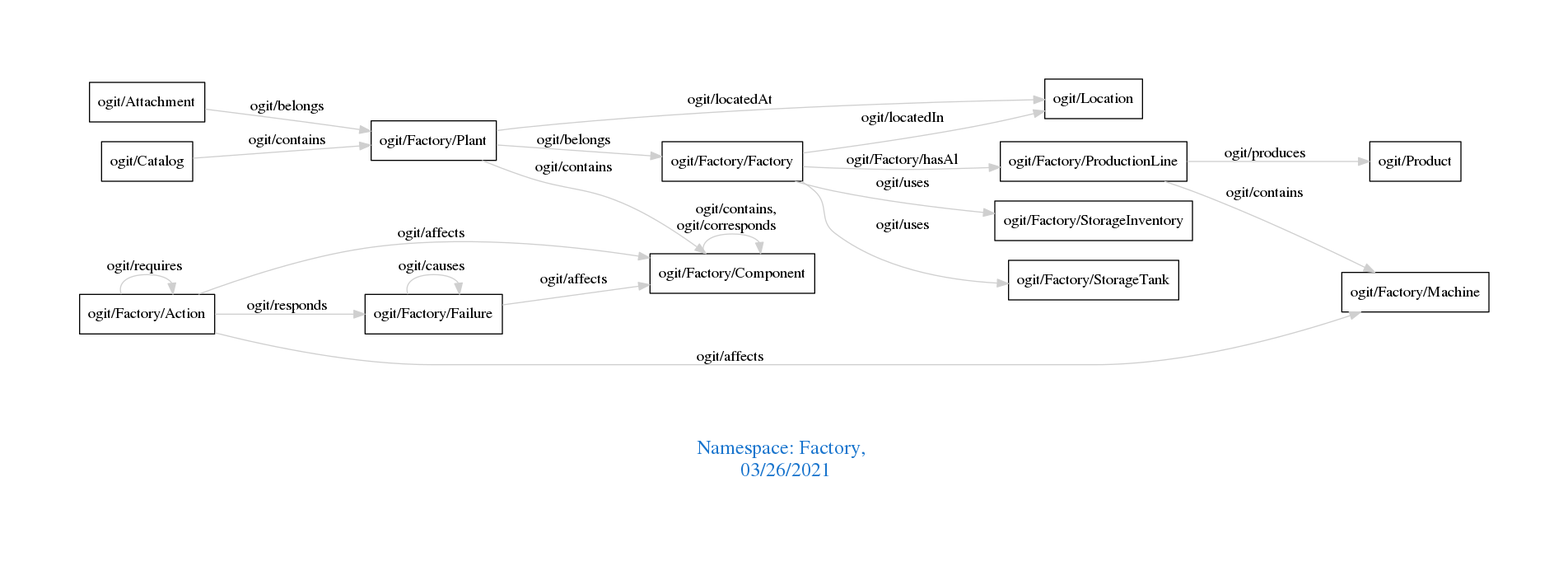
This is downloads/Factory.png from arago/OGIT, a Graphviz export, as it was before one commit. Its source is kept beside it as downloads/Factory.dot.
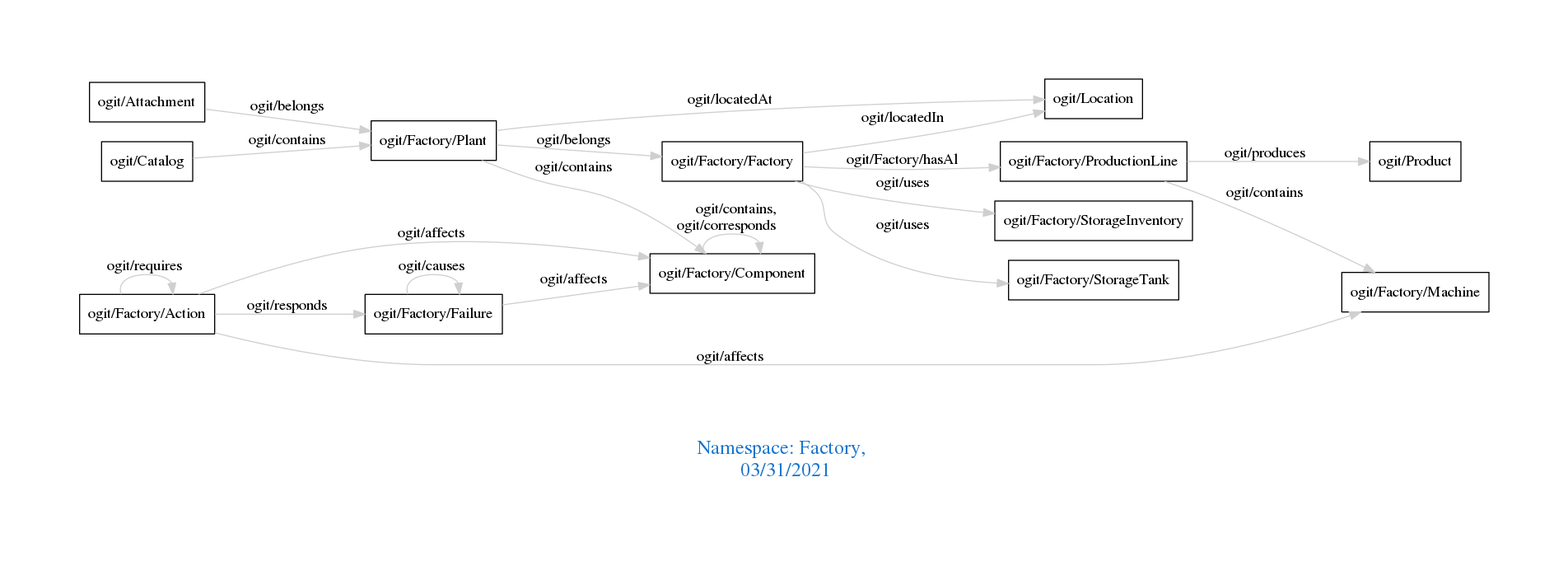
Later version of the same file.

Diff of the diagram source:
```diff
@@ -1,7 +1,7 @@
 digraph OGIT_ontology {
  graph [ rankdir= LR,pad=1
 fontsize = 18,
-fontcolor= dodgerblue3,label = "\n\n\nNamespace: Factory, \n 03/26/2021"];
+fontcolor= dodgerblue3,label = "\n\n\nNamespace: Factory, \n 03/31/2021"];
 node[shape=polygon];
 edge [  color="gray81"];
 
```
